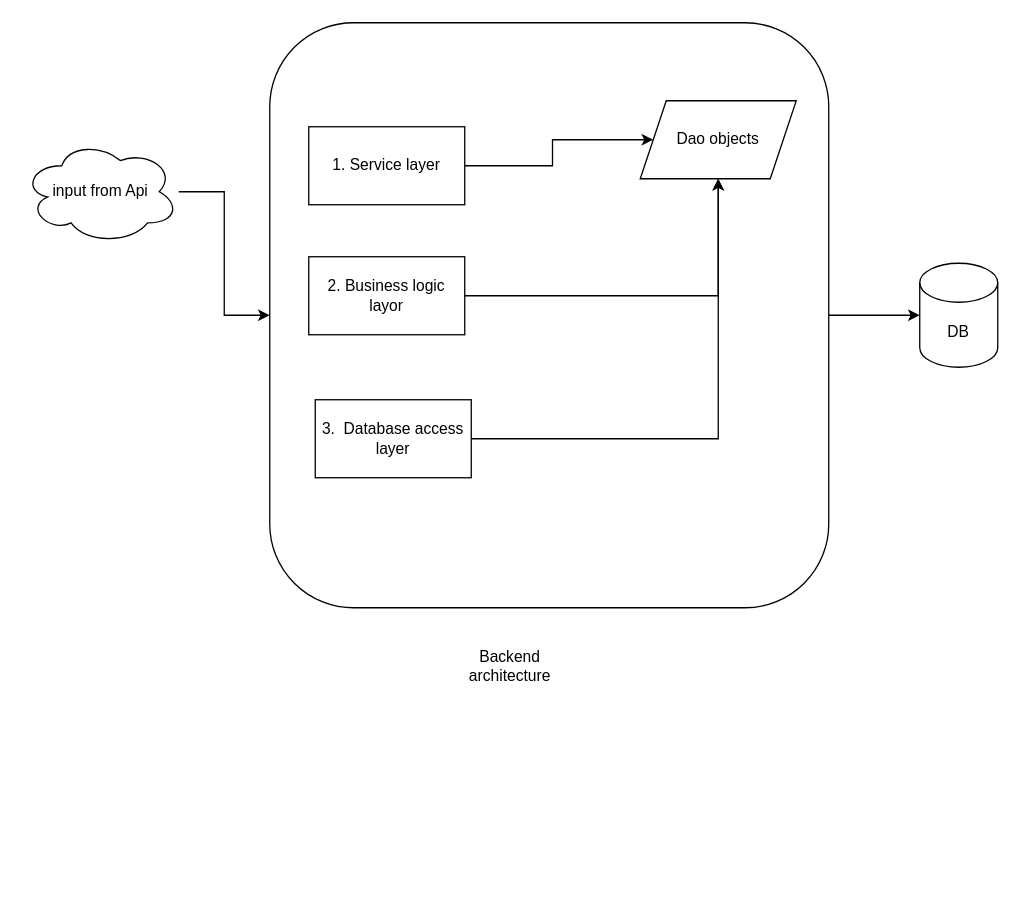
This is page "Backend application architecture" (4 of 6) of budgetTrackerApp.drawio from sathishsekarss/drawIOFiles, a draw.io file, before an edit. Source tidied: cells renumbered, new cells numbered last; positions are measured from the earlier drawing's top-left corner, leaving out a move shared by most shapes. Both pictures are drawn from the tidied source at 130%, with x=0, y=0 at pixel (22, 22).
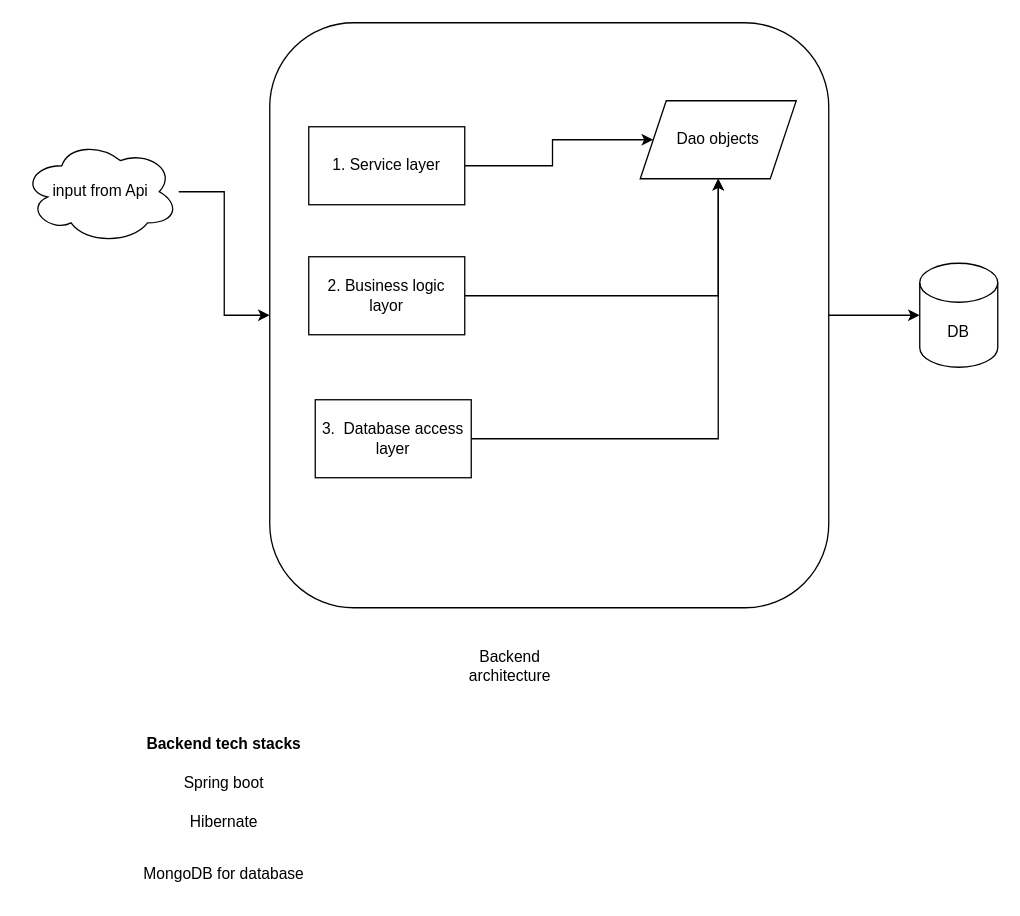
The same diagram, later.

What changed in the source:
```diff
@@
 <mxGraphModel>
   <root>
     <mxCell id="0" />
     <mxCell id="1" parent="0" />
     <mxCell id="2" style="edgeStyle=orthogonalEdgeStyle;rounded=0;jettySize=auto;html=1;" parent="1" edge="1" source="3" target="5">
       <mxGeometry relative="1" as="geometry" />
     </mxCell>
     <mxCell id="3" value="input from Api" style="ellipse;shape=cloud;whiteSpace=wrap;html=1;" parent="1" vertex="1">
       <mxGeometry y="90" width="120" height="80" as="geometry" />
     </mxCell>
     <mxCell id="4" style="edgeStyle=orthogonalEdgeStyle;rounded=0;jettySize=auto;html=1;" parent="1" edge="1" source="5" target="14">
       <mxGeometry relative="1" as="geometry" />
     </mxCell>
     <mxCell id="5" style="rounded=1;whiteSpace=wrap;html=1;" parent="1" vertex="1">
       <mxGeometry x="190" width="430" height="450" as="geometry" />
     </mxCell>
     <mxCell id="6" style="edgeStyle=orthogonalEdgeStyle;rounded=0;jettySize=auto;html=1;" parent="1" edge="1" source="7" target="10">
       <mxGeometry relative="1" as="geometry" />
     </mxCell>
     <mxCell id="7" value="1. Service layer" style="rounded=0;whiteSpace=wrap;html=1;" parent="1" vertex="1">
       <mxGeometry x="220" y="80" width="120" height="60" as="geometry" />
     </mxCell>
     <mxCell id="8" style="edgeStyle=orthogonalEdgeStyle;rounded=0;jettySize=auto;html=1;" parent="1" edge="1" source="9" target="10">
       <mxGeometry relative="1" as="geometry" />
     </mxCell>
     <mxCell id="9" value="2. Business logic layor" style="rounded=0;whiteSpace=wrap;html=1;" parent="1" vertex="1">
       <mxGeometry x="220" y="180" width="120" height="60" as="geometry" />
     </mxCell>
     <mxCell id="10" value="Dao objects" style="shape=parallelogram;perimeter=parallelogramPerimeter;whiteSpace=wrap;html=1;fixedSize=1;" parent="1" vertex="1">
       <mxGeometry x="475" y="60" width="120" height="60" as="geometry" />
     </mxCell>
     <mxCell id="11" style="edgeStyle=orthogonalEdgeStyle;rounded=0;jettySize=auto;html=1;" parent="1" edge="1" source="12" target="10">
       <mxGeometry relative="1" as="geometry" />
     </mxCell>
     <mxCell id="12" value="3.&amp;nbsp; Database access layer" style="rounded=0;whiteSpace=wrap;html=1;" parent="1" vertex="1">
       <mxGeometry x="225" y="290" width="120" height="60" as="geometry" />
     </mxCell>
     <mxCell id="13" value="Backend architecture" style="text;html=1;whiteSpace=wrap;strokeColor=none;fillColor=none;align=center;verticalAlign=middle;rounded=0;" parent="1" vertex="1">
       <mxGeometry x="345" y="480" width="60" height="30" as="geometry" />
     </mxCell>
     <mxCell id="14" value="DB" style="shape=cylinder3;whiteSpace=wrap;html=1;boundedLbl=1;backgroundOutline=1;size=15;" parent="1" vertex="1">
       <mxGeometry x="690" y="185" width="60" height="80" as="geometry" />
     </mxCell>
+    <mxCell id="15" value="Backend tech stacks" style="text;html=1;whiteSpace=wrap;strokeColor=none;fillColor=none;align=center;verticalAlign=middle;rounded=0;fontStyle=1;" parent="1" vertex="1">
+      <mxGeometry x="20" y="540" width="270" height="30" as="geometry" />
+    </mxCell>
+    <mxCell id="16" value="Spring boot" style="text;html=1;whiteSpace=wrap;strokeColor=none;fillColor=none;align=center;verticalAlign=middle;rounded=0;" parent="1" vertex="1">
+      <mxGeometry x="30" y="570" width="250" height="30" as="geometry" />
+    </mxCell>
+    <mxCell id="17" value="Hibernate" style="text;html=1;whiteSpace=wrap;strokeColor=none;fillColor=none;align=center;verticalAlign=middle;rounded=0;" parent="1" vertex="1">
+      <mxGeometry x="30" y="600" width="250" height="30" as="geometry" />
+    </mxCell>
+    <mxCell id="18" value="MongoDB for database" style="text;html=1;whiteSpace=wrap;strokeColor=none;fillColor=none;align=center;verticalAlign=middle;rounded=0;" parent="1" vertex="1">
+      <mxGeometry x="30" y="640" width="250" height="30" as="geometry" />
+    </mxCell>
   </root>
 </mxGraphModel>
```
